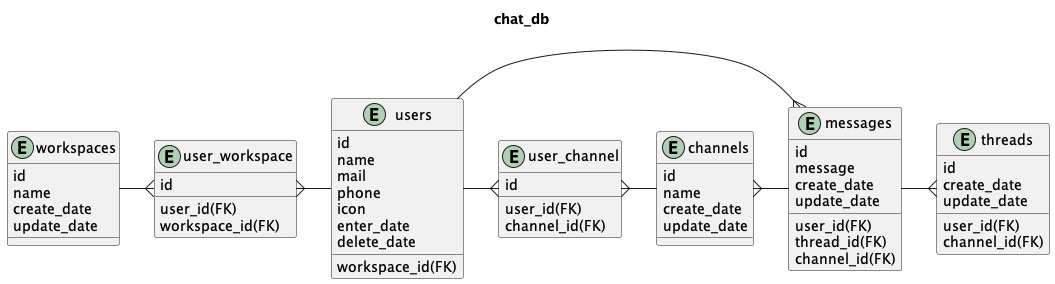
Before: db/chat.png, a diagram exported from PlantUML (yrkFukushima/praha-challenge).
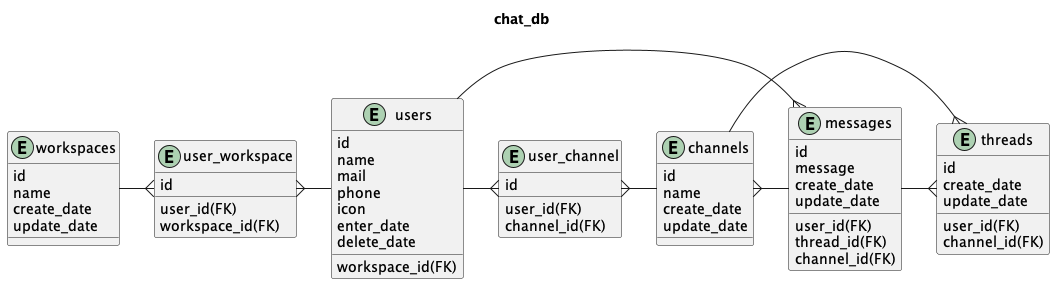
The same diagram one commit later.

Commit message:
add:リレーションの追加

Diff of the diagram source:
```diff
@@ -62,4 +62,5 @@
 workspaces -{ user_workspace
 messages -{ threads
 channels }-  messages
+channels -{threads
 @enduml
```
